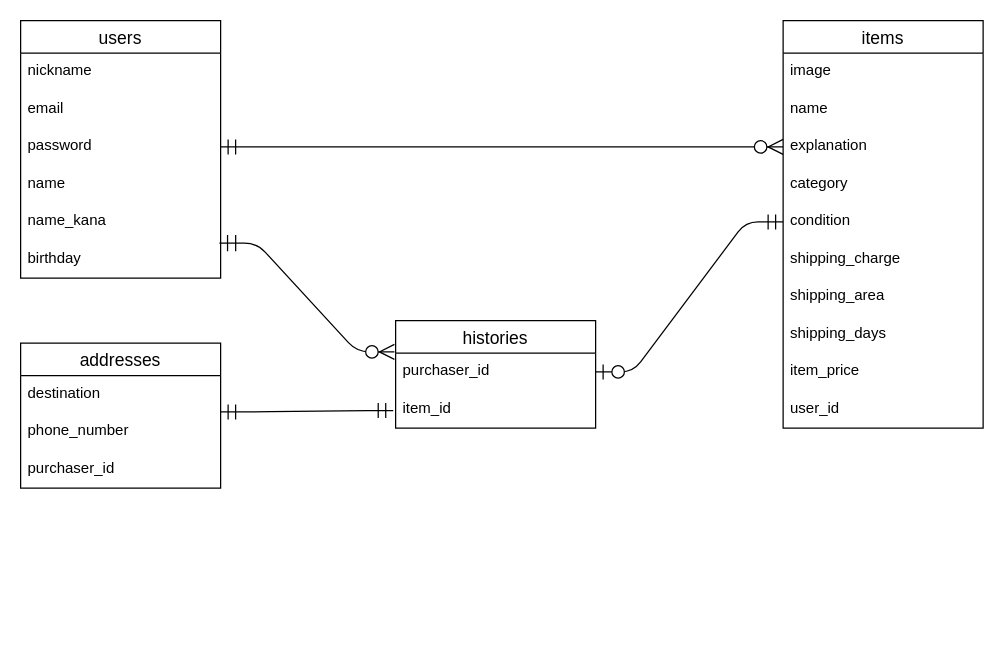
tomato95yen/furima-33463 keeps this draw.io diagram as er_diagram.dio. Above is the earlier version. Source tidied: cells renumbered, new cells numbered last; positions are measured from the earlier drawing's top-left corner, leaving out a move shared by most shapes. Both pictures are drawn from the tidied source at 125%, with x=0, y=0 at pixel (20, 20).
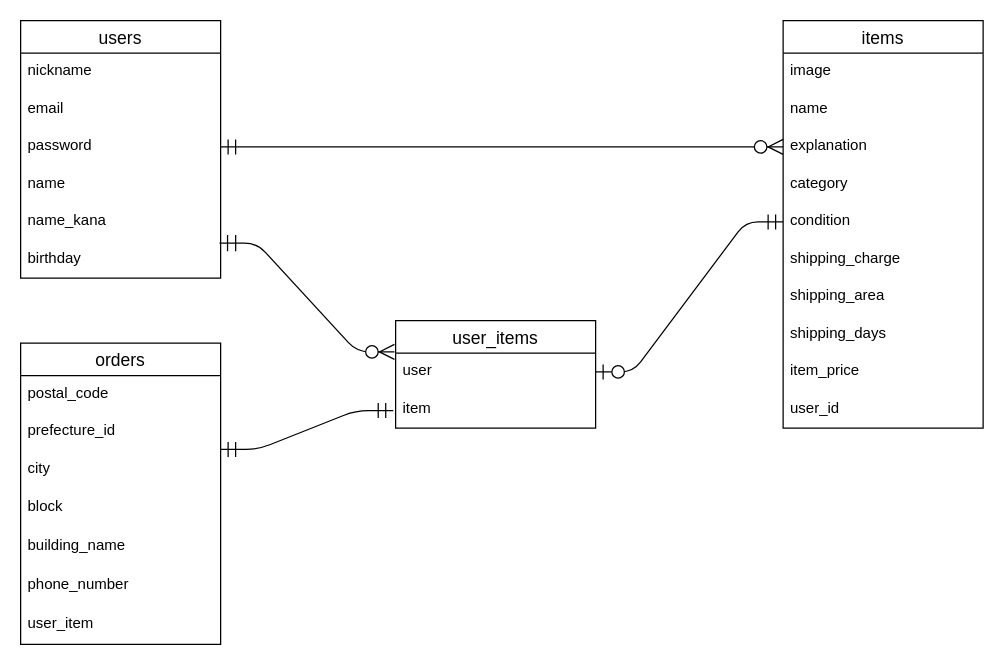
The same page after the edit.

Diff of the diagram source:
```diff
@@
-    <mxCell id="20" value="addresses" style="swimlane;fontStyle=0;horizontal=1;startSize=26;align=center;fontSize=14;" parent="1" vertex="1">
-      <mxGeometry y="258" width="160" height="116" as="geometry" />
+    <mxCell id="20" value="orders" style="swimlane;fontStyle=0;horizontal=1;startSize=26;align=center;fontSize=14;" parent="1" vertex="1">
+      <mxGeometry y="258" width="160" height="241" as="geometry" />
     </mxCell>
+    <mxCell id="22" value="postal_code" style="text;strokeColor=none;fillColor=none;spacingLeft=4;spacingRight=4;overflow=hidden;fontSize=12;" parent="20" vertex="1">
+      <mxGeometry y="26" width="160" height="30" as="geometry" />
+    </mxCell>
-    <mxCell id="21" value="destination" style="text;strokeColor=none;fillColor=none;spacingLeft=4;spacingRight=4;overflow=hidden;points=[[0,0.5],[1,0.5]];portConstraint=eastwest;fontSize=12;" parent="20" vertex="1">
-      <mxGeometry y="26" width="160" height="30" as="geometry" />
+    <mxCell id="21" value="prefecture_id" style="text;strokeColor=none;fillColor=none;spacingLeft=4;spacingRight=4;overflow=hidden;points=[[0,0.5],[1,0.5]];portConstraint=eastwest;fontSize=12;" parent="20" vertex="1">
+      <mxGeometry y="56" width="160" height="30" as="geometry" />
     </mxCell>
-    <mxCell id="22" value="phone_number" style="text;strokeColor=none;fillColor=none;spacingLeft=4;spacingRight=4;overflow=hidden;fontSize=12;" parent="20" vertex="1">
-      <mxGeometry y="56" width="160" height="30" as="geometry" />
-    </mxCell>
-    <mxCell id="23" value="purchaser_id" style="text;strokeColor=none;fillColor=none;spacingLeft=4;spacingRight=4;overflow=hidden;fontSize=12;" parent="20" vertex="1">
-      <mxGeometry y="86" width="160" height="30" as="geometry" />
+    <mxCell id="23" value="city" style="text;strokeColor=none;fillColor=none;spacingLeft=4;spacingRight=4;overflow=hidden;fontSize=12;" parent="20" vertex="1">
+      <mxGeometry y="86" width="160" height="31" as="geometry" />
     </mxCell>
+    <mxCell id="31" value="block" style="text;strokeColor=none;fillColor=none;spacingLeft=4;spacingRight=4;overflow=hidden;fontSize=12;" parent="20" vertex="1">
+      <mxGeometry y="117" width="160" height="31" as="geometry" />
+    </mxCell>
+    <mxCell id="32" value="building_name" style="text;strokeColor=none;fillColor=none;spacingLeft=4;spacingRight=4;overflow=hidden;fontSize=12;" parent="20" vertex="1">
+      <mxGeometry y="148" width="160" height="31" as="geometry" />
+    </mxCell>
+    <mxCell id="33" value="phone_number" style="text;strokeColor=none;fillColor=none;spacingLeft=4;spacingRight=4;overflow=hidden;fontSize=12;" parent="20" vertex="1">
+      <mxGeometry y="179" width="160" height="31" as="geometry" />
+    </mxCell>
+    <mxCell id="34" value="user_item" style="text;strokeColor=none;fillColor=none;spacingLeft=4;spacingRight=4;overflow=hidden;fontSize=12;" parent="20" vertex="1">
+      <mxGeometry y="210" width="160" height="31" as="geometry" />
+    </mxCell>
@@
-    <mxCell id="25" value="histories" style="swimlane;fontStyle=0;horizontal=1;startSize=26;align=center;fontSize=14;" parent="1" vertex="1">
+    <mxCell id="25" value="user_items" style="swimlane;fontStyle=0;horizontal=1;startSize=26;align=center;fontSize=14;" parent="1" vertex="1">
       <mxGeometry x="300" y="240" width="160" height="86" as="geometry" />
     </mxCell>
-    <mxCell id="26" value="purchaser_id" style="text;strokeColor=none;fillColor=none;spacingLeft=4;spacingRight=4;overflow=hidden;points=[[0,0.5],[1,0.5]];portConstraint=eastwest;fontSize=12;" parent="25" vertex="1">
+    <mxCell id="26" value="user" style="text;strokeColor=none;fillColor=none;spacingLeft=4;spacingRight=4;overflow=hidden;points=[[0,0.5],[1,0.5]];portConstraint=eastwest;fontSize=12;" parent="25" vertex="1">
       <mxGeometry y="26" width="160" height="30" as="geometry" />
     </mxCell>
-    <mxCell id="27" value="item_id" style="text;strokeColor=none;fillColor=none;spacingLeft=4;spacingRight=4;overflow=hidden;points=[[0,0.5],[1,0.5]];portConstraint=eastwest;fontSize=12;" parent="25" vertex="1">
+    <mxCell id="27" value="item" style="text;strokeColor=none;fillColor=none;spacingLeft=4;spacingRight=4;overflow=hidden;points=[[0,0.5],[1,0.5]];portConstraint=eastwest;fontSize=12;" parent="25" vertex="1">
       <mxGeometry y="56" width="160" height="30" as="geometry" />
     </mxCell>
```
